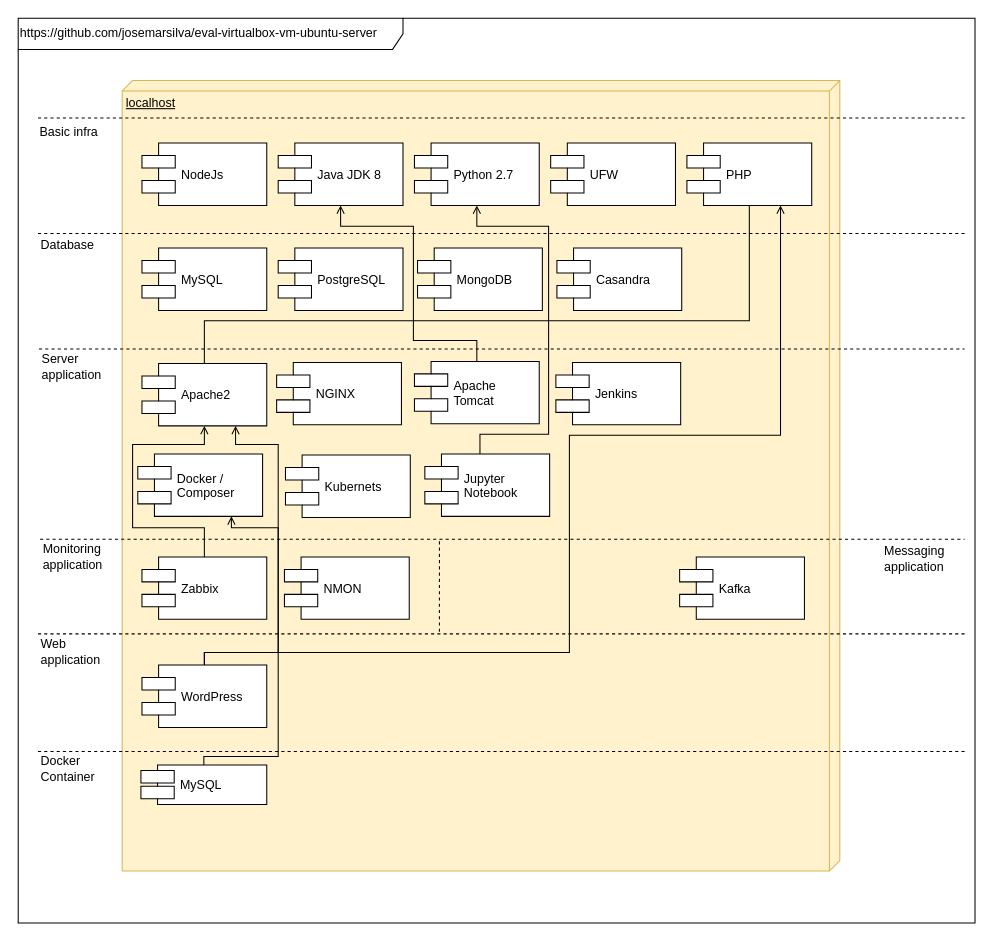
Earlier version of the draw.io diagram doc/images/DeployDiagram - Context - EvalVirtualboxVmUbuntuServer.drawio (josemarsilva/eval-virtualbox-vm-ubuntu-server). Source tidied: cells renumbered, new cells numbered last; positions are measured from the earlier drawing's top-left corner, leaving out a move shared by most shapes. Both pictures are drawn from the tidied source at 104%, with x=0, y=0 at pixel (18, 18).
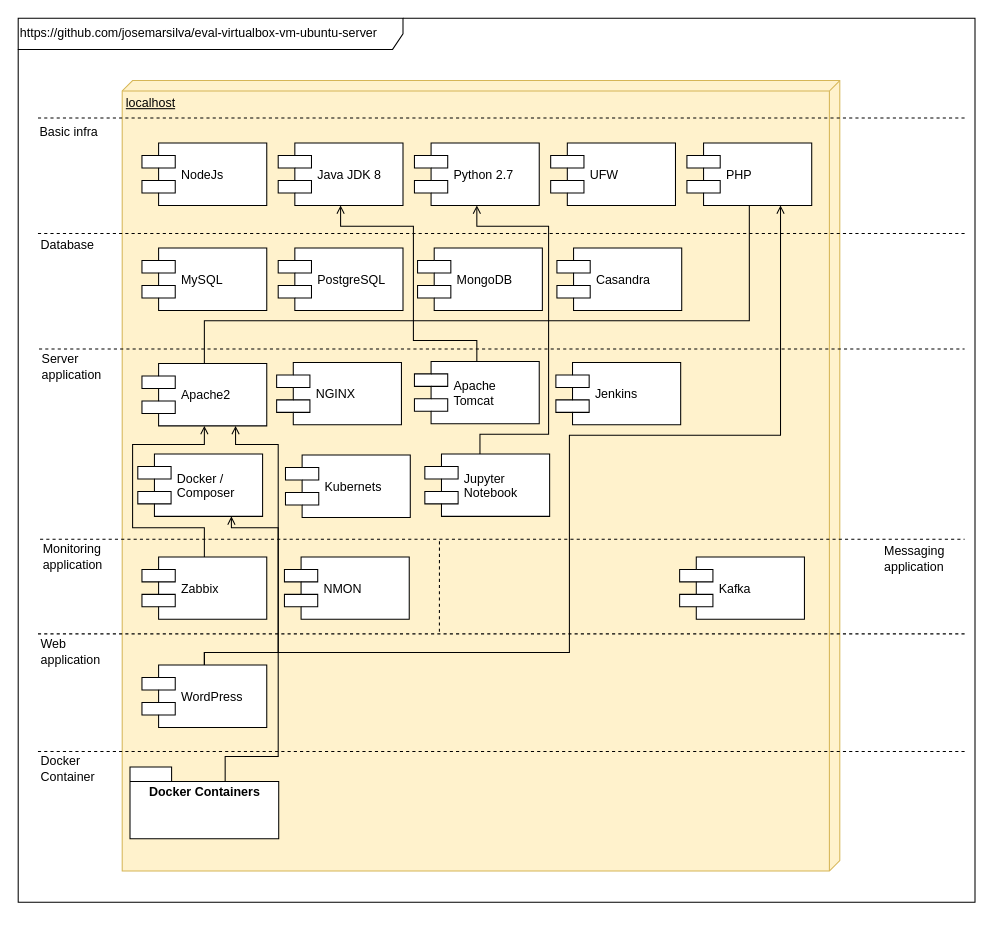
After the change.

Unchanged cells that the change refers to:
```xml
<mxCell id="30" value="Docker / &#10;Composer" style="shape=component;align=left;spacingLeft=36;" parent="1" vertex="1">
  <mxGeometry x="115" y="419" width="120" height="60" as="geometry" />
</mxCell>
```

Change to the diagram source:
```diff
@@
     <mxCell id="2" value="&lt;div style=&quot;text-align: left&quot;&gt;&lt;span&gt;https://github.com/josemarsilva/eval-virtualbox-vm-ubuntu-server&lt;/span&gt;&lt;/div&gt;" style="shape=umlFrame;whiteSpace=wrap;html=1;width=370;height=30;align=left;" parent="1" vertex="1">
-      <mxGeometry width="920" height="870" as="geometry" />
+      <mxGeometry width="920" height="850" as="geometry" />
     </mxCell>
@@
-    <mxCell id="44" style="edgeStyle=orthogonalEdgeStyle;rounded=0;jettySize=auto;html=1;entryX=0.75;entryY=1;entryDx=0;entryDy=0;endArrow=open;endFill=0;" parent="1" edge="1" source="45" target="30">
+    <mxCell id="44" style="edgeStyle=orthogonalEdgeStyle;rounded=0;jettySize=auto;html=1;entryX=0.75;entryY=1;entryDx=0;entryDy=0;endArrow=open;endFill=0;exitX=0;exitY=0;exitDx=91.5;exitDy=14;exitPerimeter=0;" parent="1" edge="1" source="46" target="30">
       <mxGeometry relative="1" as="geometry">
         <Array as="points">
-          <mxPoint x="179" y="710" />
+          <mxPoint x="199" y="710" />
           <mxPoint x="250" y="710" />
           <mxPoint x="250" y="490" />
           <mxPoint x="205" y="490" />
         </Array>
       </mxGeometry>
     </mxCell>
-    <mxCell id="45" value="MySQL" style="shape=component;align=left;spacingLeft=36;" parent="1" vertex="1">
-      <mxGeometry x="118" y="718" width="121" height="38" as="geometry" />
-    </mxCell>
+    <mxCell id="46" value="Docker Containers" style="shape=folder;fontStyle=1;spacingTop=10;tabWidth=40;tabHeight=14;tabPosition=left;html=1;verticalAlign=top;" parent="1" vertex="1">
+      <mxGeometry x="107.5" y="720" width="143" height="69" as="geometry" />
+    </mxCell>
```
